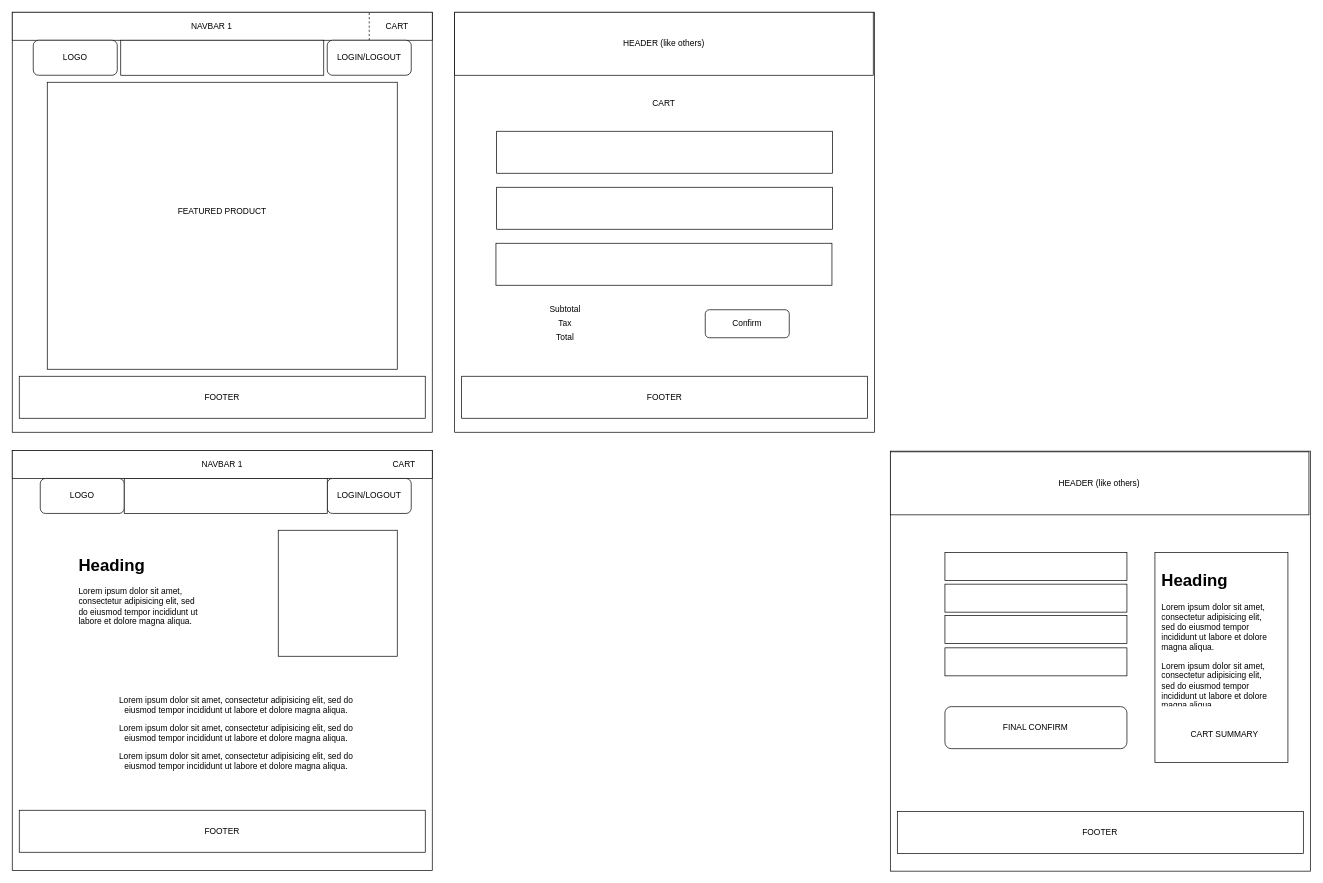
Earlier version of the draw.io diagram Draft.drawio (viet-vo/school_backup). Source tidied: cells renumbered, new cells numbered last; positions are measured from the earlier drawing's top-left corner, leaving out a move shared by most shapes. Both pictures are drawn from the tidied source at 70%, with x=0, y=0 at pixel (12, 12).
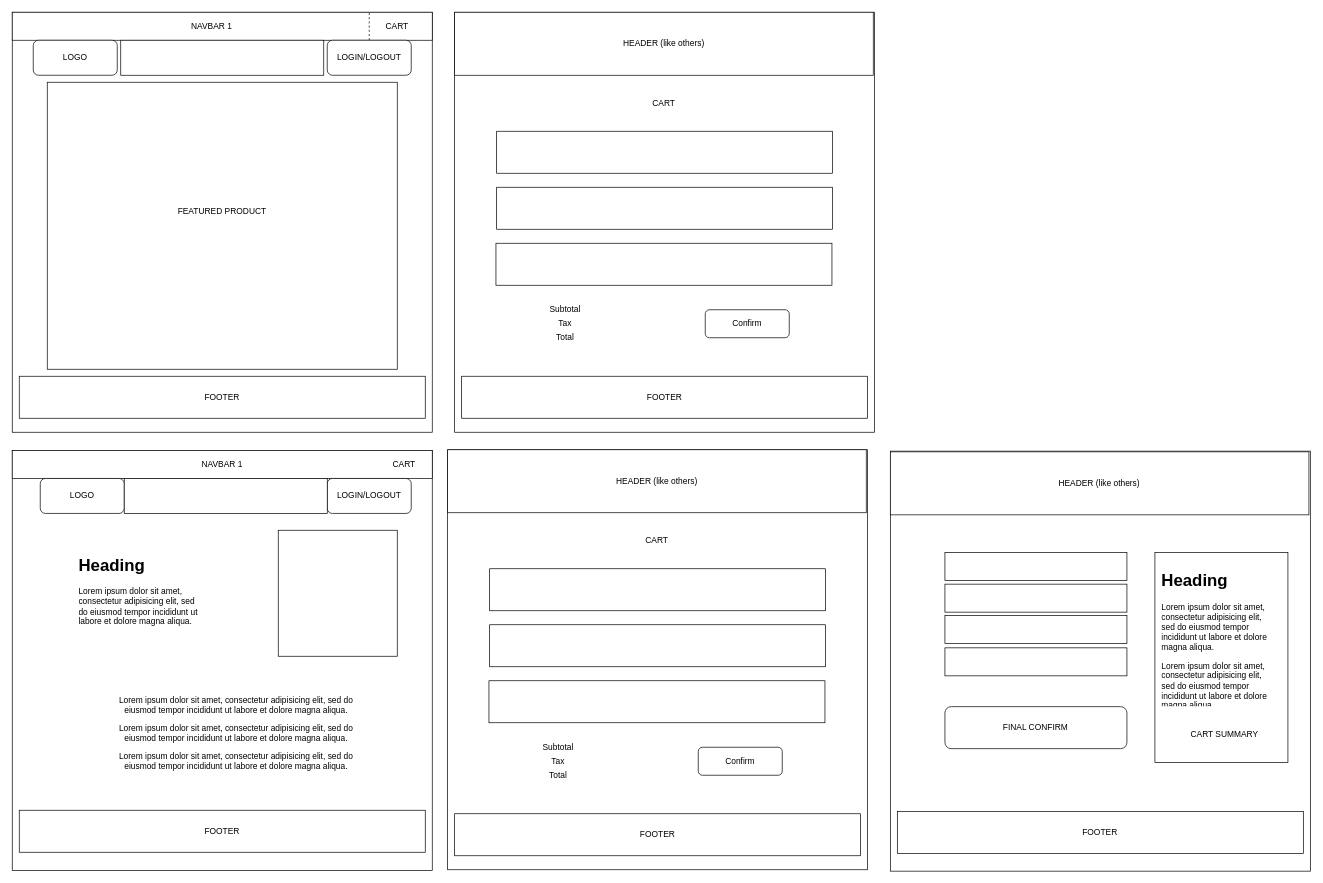
The same diagram, later.

Commit message:
TODO category navigation page

Change to the diagram source:
```diff
@@
+    <mxCell id="48" style="whiteSpace=wrap;html=1;" parent="1" vertex="1">
+      <mxGeometry x="622" y="625" width="600" height="600" as="geometry" />
+    </mxCell>
+    <mxCell id="49" value="HEADER (like others)" style="rounded=0;whiteSpace=wrap;html=1;" parent="1" vertex="1">
+      <mxGeometry x="622" y="625" width="598" height="90" as="geometry" />
+    </mxCell>
+    <mxCell id="50" style="rounded=0;whiteSpace=wrap;html=1;" parent="1" vertex="1">
+      <mxGeometry x="682" y="795" width="480" height="60" as="geometry" />
+    </mxCell>
+    <mxCell id="51" style="rounded=0;whiteSpace=wrap;html=1;" parent="1" vertex="1">
+      <mxGeometry x="682" y="875" width="480" height="60" as="geometry" />
+    </mxCell>
+    <mxCell id="52" style="rounded=0;whiteSpace=wrap;html=1;" parent="1" vertex="1">
+      <mxGeometry x="681" y="955" width="480" height="60" as="geometry" />
+    </mxCell>
+    <mxCell id="53" value="CART" style="text;html=1;strokeColor=none;fillColor=none;align=center;verticalAlign=middle;whiteSpace=wrap;rounded=0;" parent="1" vertex="1">
+      <mxGeometry x="901" y="745" width="40" height="20" as="geometry" />
+    </mxCell>
+    <mxCell id="54" value="Subtotal" style="text;html=1;strokeColor=none;fillColor=none;align=center;verticalAlign=middle;whiteSpace=wrap;rounded=0;" parent="1" vertex="1">
+      <mxGeometry x="750" y="1040" width="60" height="20" as="geometry" />
+    </mxCell>
+    <mxCell id="55" value="Total" style="text;html=1;strokeColor=none;fillColor=none;align=center;verticalAlign=middle;whiteSpace=wrap;rounded=0;" parent="1" vertex="1">
+      <mxGeometry x="750" y="1080" width="60" height="20" as="geometry" />
+    </mxCell>
+    <mxCell id="56" value="Tax" style="text;html=1;strokeColor=none;fillColor=none;align=center;verticalAlign=middle;whiteSpace=wrap;rounded=0;" parent="1" vertex="1">
+      <mxGeometry x="750" y="1060" width="60" height="20" as="geometry" />
+    </mxCell>
+    <mxCell id="57" value="Confirm" style="rounded=1;whiteSpace=wrap;html=1;" parent="1" vertex="1">
+      <mxGeometry x="980" y="1050" width="120" height="40" as="geometry" />
+    </mxCell>
+    <mxCell id="58" value="FOOTER" style="rounded=0;whiteSpace=wrap;html=1;" parent="1" vertex="1">
+      <mxGeometry x="632" y="1145" width="580" height="60" as="geometry" />
+    </mxCell>
```
